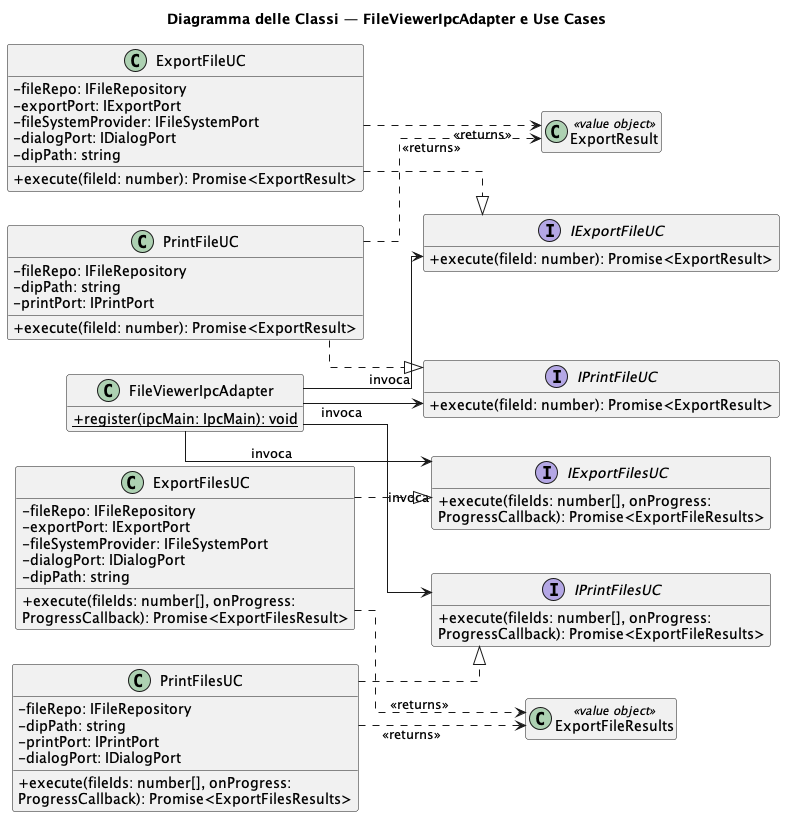
Before: out/3_PB/DocumentiEsterni/DiagrammiSpecificaTecnica/C4/C4_backend_Export/Export_IPC_Part1.png, a diagram exported from PlantUML (7-ZPUs/Docs).
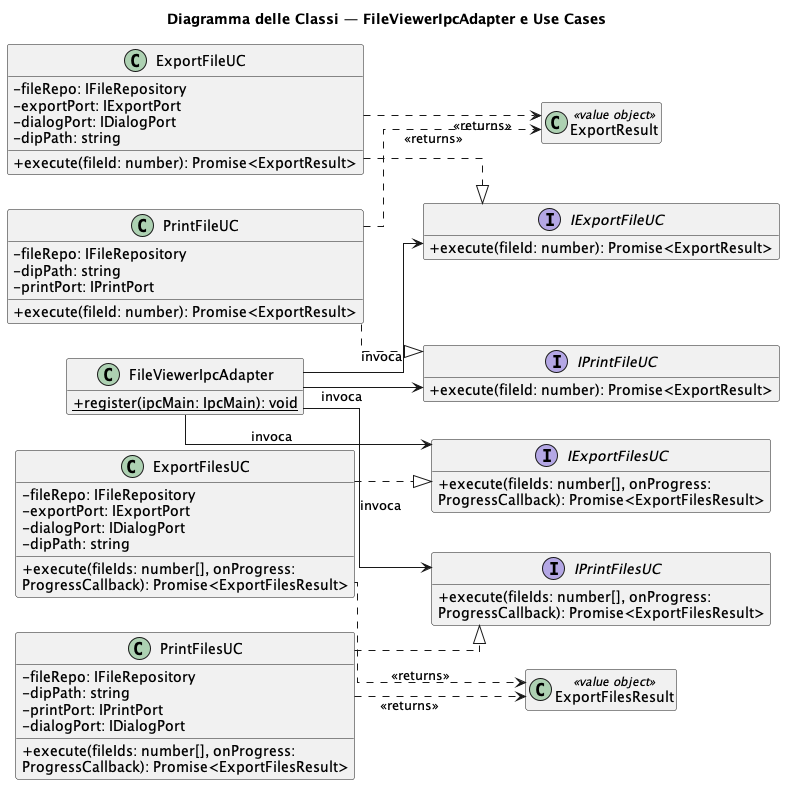
After the change.

Diff of the diagram source:
```diff
@@ -14,20 +14,19 @@
 }
 interface IExportFilesUC {
     + execute(fileIds: number[], onProgress:
-    ProgressCallback): Promise<ExportFileResults>
+    ProgressCallback): Promise<ExportFilesResult>
 }
 interface IPrintFileUC {
     + execute(fileId: number): Promise<ExportResult>
 }
 interface IPrintFilesUC {
     + execute(fileIds: number[], onProgress:
-    ProgressCallback): Promise<ExportFileResults>
+    ProgressCallback): Promise<ExportFilesResult>
 }
 
 class ExportFileUC {
     - fileRepo: IFileRepository
     - exportPort: IExportPort
-    - fileSystemProvider: IFileSystemPort
     - dialogPort: IDialogPort
     - dipPath: string
     + execute(fileId: number): Promise<ExportResult>
@@ -35,7 +34,6 @@
 class ExportFilesUC {
     - fileRepo: IFileRepository
     - exportPort: IExportPort
-    - fileSystemProvider: IFileSystemPort
     - dialogPort: IDialogPort
     - dipPath: string
     + execute(fileIds: number[], onProgress:
@@ -53,11 +51,11 @@
     - printPort: IPrintPort
     - dialogPort: IDialogPort
     + execute(fileIds: number[], onProgress:
-    ProgressCallback): Promise<ExportFilesResults>
+    ProgressCallback): Promise<ExportFilesResult>
 }
 
 class ExportResult <<value object>> {}
-class ExportFileResults <<value object>> {}
+class ExportFilesResult <<value object>> {}
 
 FileViewerIpcAdapter --> IExportFileUC  : invoca
 FileViewerIpcAdapter --> IExportFilesUC : invoca
@@ -70,7 +68,7 @@
 PrintFilesUC  ..|> IPrintFilesUC
 
 ExportFileUC  ..> ExportResult      : <<returns>>
-ExportFilesUC ..> ExportFileResults : <<returns>>
+ExportFilesUC ..> ExportFilesResult : <<returns>>
 PrintFileUC   ..> ExportResult      : <<returns>>
-PrintFilesUC  ..> ExportFileResults  : <<returns>>
+PrintFilesUC  ..> ExportFilesResult : <<returns>>
 @enduml
```
